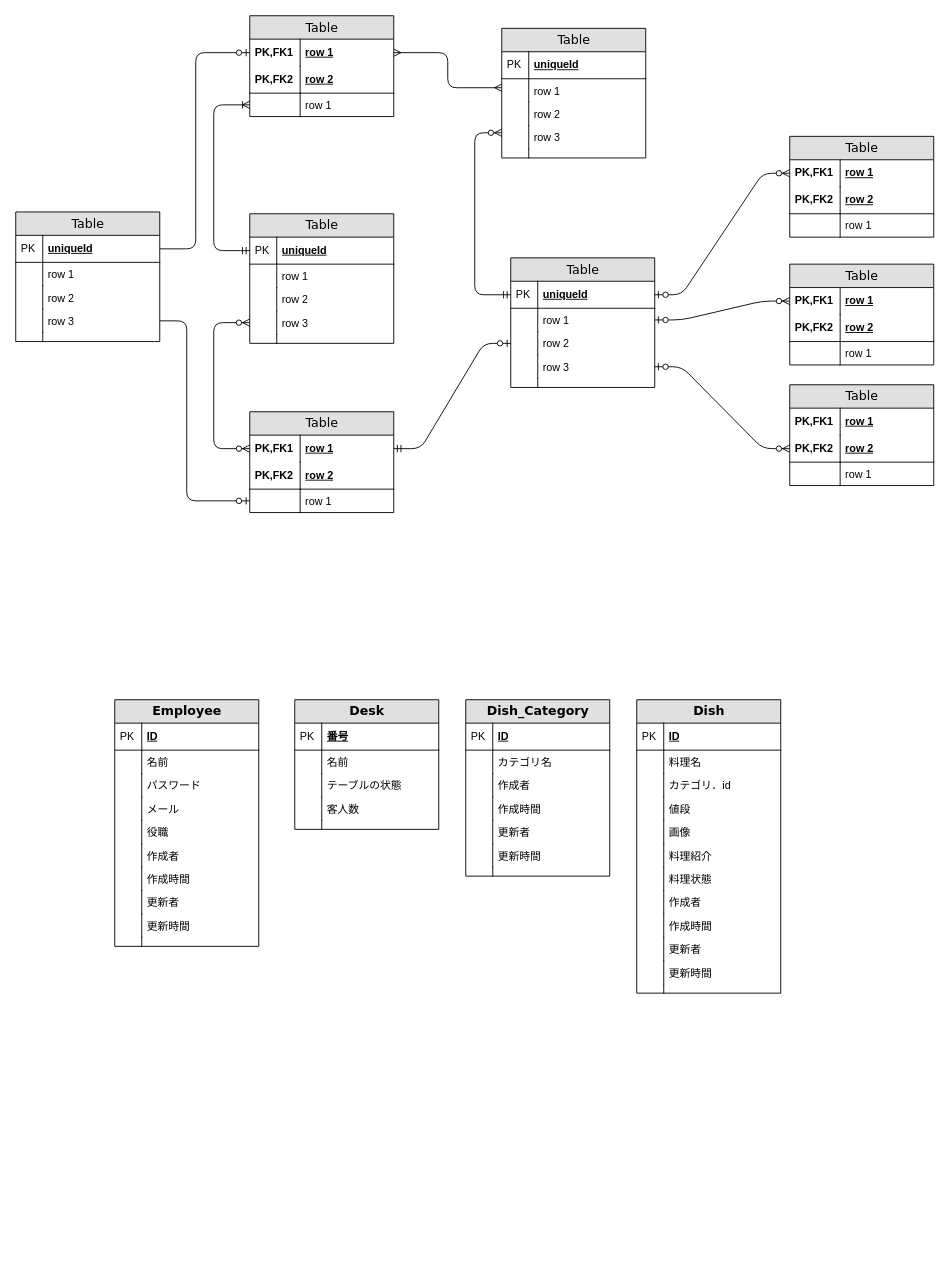
This is 就職作品/データベース設計.drawio from aggujhh/my_draws, a draw.io file, before an edit. Source tidied: cells renumbered, new cells numbered last; positions are measured from the earlier drawing's top-left corner, leaving out a move shared by most shapes. Both pictures are drawn from the tidied source at 90%, with x=0, y=0 at pixel (15, 15).
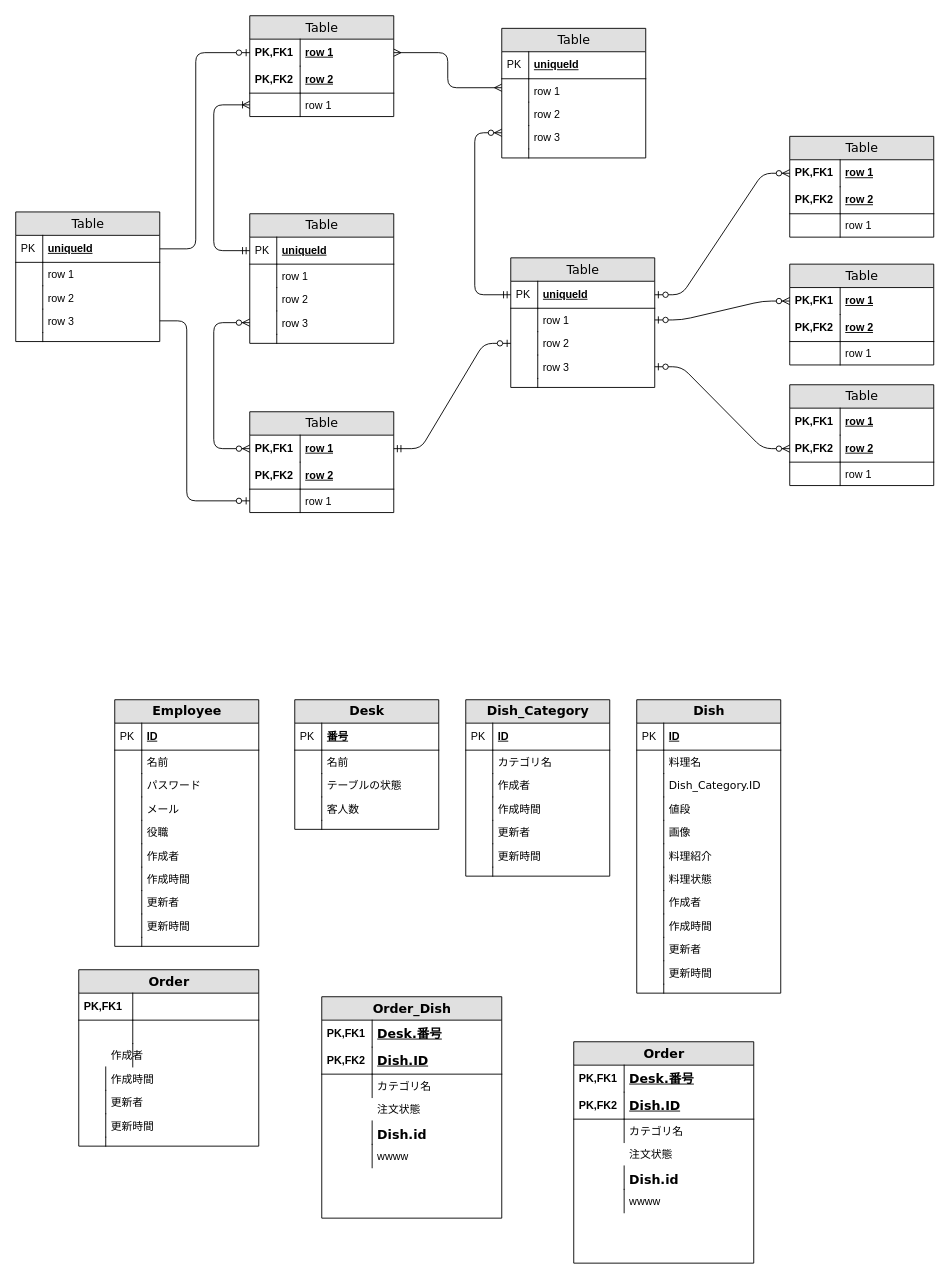
The same page after the edit.

Commit message (it also covers changes not shown here):
更新データベース設計.drawio

Unchanged cells that the change refers to:
```xml
<mxCell id="138" value="&lt;b&gt;Dish&lt;/b&gt;" style="swimlane;html=1;fontStyle=0;horizontal=1;startSize=26;fillColor=#e0e0e0;swimlaneFillColor=#ffffff;align=center;rounded=0;shadow=0;comic=0;labelBackgroundColor=none;strokeWidth=1;fontFamily=Verdana;fontSize=14;" parent="1" vertex="1">
  <mxGeometry x="690" y="760" width="160" height="326" as="geometry" />
</mxCell>
```

The edit, as a diff of the source:
```diff
@@
-    <mxCell id="143" value="カテゴリ．id" style="shape=partialRectangle;top=0;left=0;right=0;bottom=0;html=1;align=left;verticalAlign=top;fillColor=none;spacingLeft=34;spacingRight=4;whiteSpace=wrap;overflow=hidden;" parent="138" vertex="1">
+    <mxCell id="143" value="&lt;span style=&quot;font-family: Verdana; text-align: center; text-wrap-mode: nowrap;&quot;&gt;&lt;font style=&quot;&quot;&gt;Dish_Category.ID&lt;/font&gt;&lt;/span&gt;" style="shape=partialRectangle;top=0;left=0;right=0;bottom=0;html=1;align=left;verticalAlign=top;fillColor=none;spacingLeft=34;spacingRight=4;whiteSpace=wrap;overflow=hidden;" parent="138" vertex="1">
       <mxGeometry y="82" width="160" height="26" as="geometry" />
     </mxCell>
@@
+    <mxCell id="163" value="&lt;b&gt;Order&lt;/b&gt;" style="swimlane;html=1;fontStyle=0;horizontal=1;startSize=26;fillColor=#e0e0e0;swimlaneFillColor=#ffffff;align=center;rounded=0;shadow=0;comic=0;labelBackgroundColor=none;strokeWidth=1;fontFamily=Verdana;fontSize=14;" parent="1" vertex="1">
+      <mxGeometry x="70" y="1060" width="200" height="196" as="geometry" />
+    </mxCell>
+    <mxCell id="164" style="shape=partialRectangle;top=0;left=0;right=0;bottom=1;html=1;align=left;verticalAlign=middle;fillColor=none;spacingLeft=34;spacingRight=4;whiteSpace=wrap;overflow=hidden;fontStyle=5;" parent="163" vertex="1">
+      <mxGeometry y="26" width="200" height="30" as="geometry" />
+    </mxCell>
+    <mxCell id="165" value="&lt;span style=&quot;font-weight: 700;&quot;&gt;PK,FK1&lt;/span&gt;" style="shape=partialRectangle;top=0;left=0;bottom=0;html=1;fillColor=none;align=left;verticalAlign=middle;spacingLeft=4;spacingRight=4;whiteSpace=wrap;overflow=hidden;" parent="164" vertex="1">
+      <mxGeometry width="60" height="30" as="geometry" />
+    </mxCell>
+    <mxCell id="166" style="shape=partialRectangle;top=0;left=0;right=0;bottom=0;html=1;align=left;verticalAlign=top;fillColor=none;spacingLeft=34;spacingRight=4;whiteSpace=wrap;overflow=hidden;" parent="163" vertex="1">
+      <mxGeometry y="56" width="200" height="26" as="geometry" />
+    </mxCell>
+    <mxCell id="167" style="shape=partialRectangle;top=0;left=0;bottom=0;html=1;fillColor=none;align=left;verticalAlign=top;spacingLeft=4;spacingRight=4;whiteSpace=wrap;overflow=hidden;" parent="166" vertex="1">
+      <mxGeometry width="60" height="26" as="geometry" />
+    </mxCell>
+    <mxCell id="168" value="作成者" style="shape=partialRectangle;top=0;left=0;right=0;bottom=0;html=1;align=left;verticalAlign=top;fillColor=none;spacingLeft=34;spacingRight=4;whiteSpace=wrap;overflow=hidden;" parent="163" vertex="1">
+      <mxGeometry y="82" width="200" height="26" as="geometry" />
+    </mxCell>
+    <mxCell id="169" style="shape=partialRectangle;top=0;left=0;bottom=0;html=1;fillColor=none;align=left;verticalAlign=top;spacingLeft=4;spacingRight=4;whiteSpace=wrap;overflow=hidden;" parent="168" vertex="1">
+      <mxGeometry width="60" height="26" as="geometry" />
+    </mxCell>
+    <mxCell id="170" value="作成時間" style="shape=partialRectangle;top=0;left=0;right=0;bottom=0;html=1;align=left;verticalAlign=top;fillColor=none;spacingLeft=34;spacingRight=4;whiteSpace=wrap;overflow=hidden;" parent="163" vertex="1">
+      <mxGeometry y="108" width="200" height="26" as="geometry" />
+    </mxCell>
+    <mxCell id="171" style="shape=partialRectangle;top=0;left=0;bottom=0;html=1;fillColor=none;align=left;verticalAlign=top;spacingLeft=4;spacingRight=4;whiteSpace=wrap;overflow=hidden;" parent="170" vertex="1">
+      <mxGeometry width="30" height="26" as="geometry" />
+    </mxCell>
+    <mxCell id="172" value="更新者" style="shape=partialRectangle;top=0;left=0;right=0;bottom=0;html=1;align=left;verticalAlign=top;fillColor=none;spacingLeft=34;spacingRight=4;whiteSpace=wrap;overflow=hidden;" parent="163" vertex="1">
+      <mxGeometry y="134" width="200" height="26" as="geometry" />
+    </mxCell>
+    <mxCell id="173" style="shape=partialRectangle;top=0;left=0;bottom=0;html=1;fillColor=none;align=left;verticalAlign=top;spacingLeft=4;spacingRight=4;whiteSpace=wrap;overflow=hidden;" parent="172" vertex="1">
+      <mxGeometry width="30" height="26" as="geometry" />
+    </mxCell>
+    <mxCell id="174" value="更新時間" style="shape=partialRectangle;top=0;left=0;right=0;bottom=0;html=1;align=left;verticalAlign=top;fillColor=none;spacingLeft=34;spacingRight=4;whiteSpace=wrap;overflow=hidden;" parent="163" vertex="1">
+      <mxGeometry y="160" width="200" height="26" as="geometry" />
+    </mxCell>
+    <mxCell id="175" style="shape=partialRectangle;top=0;left=0;bottom=0;html=1;fillColor=none;align=left;verticalAlign=top;spacingLeft=4;spacingRight=4;whiteSpace=wrap;overflow=hidden;" parent="174" vertex="1">
+      <mxGeometry width="30" height="26" as="geometry" />
+    </mxCell>
+    <mxCell id="176" style="shape=partialRectangle;top=0;left=0;right=0;bottom=0;html=1;align=left;verticalAlign=top;fillColor=none;spacingLeft=34;spacingRight=4;whiteSpace=wrap;overflow=hidden;" parent="163" vertex="1">
+      <mxGeometry y="186" width="200" height="10" as="geometry" />
+    </mxCell>
+    <mxCell id="177" style="shape=partialRectangle;top=0;left=0;bottom=0;html=1;fillColor=none;align=left;verticalAlign=top;spacingLeft=4;spacingRight=4;whiteSpace=wrap;overflow=hidden;" parent="176" vertex="1">
+      <mxGeometry width="30" height="10" as="geometry" />
+    </mxCell>
+    <mxCell id="178" value="&lt;b&gt;Order_Dish&lt;/b&gt;" style="swimlane;html=1;fontStyle=0;horizontal=1;startSize=26;fillColor=#e0e0e0;swimlaneFillColor=#ffffff;align=center;rounded=0;shadow=0;comic=0;labelBackgroundColor=none;strokeWidth=1;fontFamily=Verdana;fontSize=14;" parent="1" vertex="1">
+      <mxGeometry x="340" y="1090" width="200" height="246" as="geometry" />
+    </mxCell>
+    <mxCell id="179" value="&lt;b style=&quot;text-wrap-mode: nowrap; font-family: Verdana; font-size: 14px; text-align: center;&quot;&gt;Desk.番号&lt;/b&gt;" style="shape=partialRectangle;top=0;left=0;right=0;bottom=1;html=1;align=left;verticalAlign=middle;fillColor=none;spacingLeft=60;spacingRight=4;whiteSpace=wrap;overflow=hidden;fontStyle=5;strokeColor=none;" parent="178" vertex="1">
+      <mxGeometry y="26" width="200" height="30" as="geometry" />
+    </mxCell>
+    <mxCell id="180" value="PK,FK1" style="shape=partialRectangle;fontStyle=1;top=0;left=0;bottom=0;html=1;fillColor=none;align=left;verticalAlign=middle;spacingLeft=4;spacingRight=4;whiteSpace=wrap;overflow=hidden;" parent="179" vertex="1">
+      <mxGeometry width="56" height="30" as="geometry" />
+    </mxCell>
+    <mxCell id="181" value="&lt;b style=&quot;text-wrap-mode: nowrap; font-family: Verdana; font-size: 14px; text-align: center;&quot;&gt;Dish.ID&lt;/b&gt;" style="shape=partialRectangle;top=0;left=0;right=0;bottom=1;html=1;align=left;verticalAlign=middle;fillColor=none;spacingLeft=60;spacingRight=4;whiteSpace=wrap;overflow=hidden;fontStyle=5;strokeColor=default;" parent="178" vertex="1">
+      <mxGeometry y="56" width="200" height="30" as="geometry" />
+    </mxCell>
+    <mxCell id="182" value="PK,FK2" style="shape=partialRectangle;fontStyle=1;top=0;left=0;bottom=0;html=1;fillColor=none;align=left;verticalAlign=middle;spacingLeft=4;spacingRight=4;whiteSpace=wrap;overflow=hidden;" parent="181" vertex="1">
+      <mxGeometry width="56" height="30" as="geometry" />
+    </mxCell>
+    <mxCell id="183" value="カテゴリ名" style="shape=partialRectangle;top=0;left=0;right=0;bottom=0;html=1;align=left;verticalAlign=top;fillColor=none;spacingLeft=60;spacingRight=4;whiteSpace=wrap;overflow=hidden;" parent="178" vertex="1">
+      <mxGeometry y="86" width="200" height="26" as="geometry" />
+    </mxCell>
+    <mxCell id="184" style="shape=partialRectangle;top=0;left=0;bottom=0;html=1;fillColor=none;align=left;verticalAlign=top;spacingLeft=4;spacingRight=4;whiteSpace=wrap;overflow=hidden;" parent="183" vertex="1">
+      <mxGeometry width="56" height="26" as="geometry" />
+    </mxCell>
+    <mxCell id="185" value="注文状態" style="shape=partialRectangle;top=0;left=0;right=0;bottom=0;html=1;align=left;verticalAlign=top;fillColor=none;spacingLeft=60;spacingRight=4;whiteSpace=wrap;overflow=hidden;" parent="178" vertex="1">
+      <mxGeometry y="112" width="200" height="26" as="geometry" />
+    </mxCell>
+    <mxCell id="186" value="&lt;b style=&quot;font-family: Verdana; font-size: 14px; text-align: center; text-wrap-mode: nowrap;&quot;&gt;Dish.id&lt;/b&gt;" style="shape=partialRectangle;top=0;left=0;right=0;bottom=0;html=1;align=left;verticalAlign=top;fillColor=none;spacingLeft=60;spacingRight=4;whiteSpace=wrap;overflow=hidden;" parent="178" vertex="1">
+      <mxGeometry y="138" width="200" height="26" as="geometry" />
+    </mxCell>
+    <mxCell id="187" style="shape=partialRectangle;top=0;left=0;bottom=0;html=1;fillColor=none;align=left;verticalAlign=top;spacingLeft=4;spacingRight=4;whiteSpace=wrap;overflow=hidden;" parent="186" vertex="1">
+      <mxGeometry width="56" height="26" as="geometry" />
+    </mxCell>
+    <mxCell id="188" value="wwww" style="shape=partialRectangle;top=0;left=0;right=0;bottom=0;html=1;align=left;verticalAlign=top;fillColor=none;spacingLeft=60;spacingRight=4;whiteSpace=wrap;overflow=hidden;" parent="178" vertex="1">
+      <mxGeometry y="164" width="200" height="26" as="geometry" />
+    </mxCell>
+    <mxCell id="189" style="shape=partialRectangle;top=0;left=0;bottom=0;html=1;fillColor=none;align=left;verticalAlign=top;spacingLeft=4;spacingRight=4;whiteSpace=wrap;overflow=hidden;" parent="188" vertex="1">
+      <mxGeometry width="56" height="26" as="geometry" />
+    </mxCell>
+    <mxCell id="190" style="shape=partialRectangle;top=0;left=0;right=0;bottom=0;html=1;align=left;verticalAlign=top;fillColor=none;spacingLeft=60;spacingRight=4;whiteSpace=wrap;overflow=hidden;" parent="178" vertex="1">
+      <mxGeometry y="190" width="200" height="26" as="geometry" />
+    </mxCell>
+    <mxCell id="191" value="&lt;b&gt;Order&lt;/b&gt;" style="swimlane;html=1;fontStyle=0;horizontal=1;startSize=26;fillColor=#e0e0e0;swimlaneFillColor=#ffffff;align=center;rounded=0;shadow=0;comic=0;labelBackgroundColor=none;strokeWidth=1;fontFamily=Verdana;fontSize=14;" parent="1" vertex="1">
+      <mxGeometry x="620" y="1140" width="200" height="246" as="geometry" />
+    </mxCell>
+    <mxCell id="192" value="&lt;b style=&quot;text-wrap-mode: nowrap; font-family: Verdana; font-size: 14px; text-align: center;&quot;&gt;Desk.番号&lt;/b&gt;" style="shape=partialRectangle;top=0;left=0;right=0;bottom=1;html=1;align=left;verticalAlign=middle;fillColor=none;spacingLeft=60;spacingRight=4;whiteSpace=wrap;overflow=hidden;fontStyle=5;strokeColor=none;" parent="191" vertex="1">
+      <mxGeometry y="26" width="200" height="30" as="geometry" />
+    </mxCell>
+    <mxCell id="193" value="PK,FK1" style="shape=partialRectangle;fontStyle=1;top=0;left=0;bottom=0;html=1;fillColor=none;align=left;verticalAlign=middle;spacingLeft=4;spacingRight=4;whiteSpace=wrap;overflow=hidden;" parent="192" vertex="1">
+      <mxGeometry width="56" height="30" as="geometry" />
+    </mxCell>
+    <mxCell id="194" value="&lt;b style=&quot;text-wrap-mode: nowrap; font-family: Verdana; font-size: 14px; text-align: center;&quot;&gt;Dish.ID&lt;/b&gt;" style="shape=partialRectangle;top=0;left=0;right=0;bottom=1;html=1;align=left;verticalAlign=middle;fillColor=none;spacingLeft=60;spacingRight=4;whiteSpace=wrap;overflow=hidden;fontStyle=5;strokeColor=default;" parent="191" vertex="1">
+      <mxGeometry y="56" width="200" height="30" as="geometry" />
+    </mxCell>
+    <mxCell id="195" value="PK,FK2" style="shape=partialRectangle;fontStyle=1;top=0;left=0;bottom=0;html=1;fillColor=none;align=left;verticalAlign=middle;spacingLeft=4;spacingRight=4;whiteSpace=wrap;overflow=hidden;" parent="194" vertex="1">
+      <mxGeometry width="56" height="30" as="geometry" />
+    </mxCell>
+    <mxCell id="196" value="カテゴリ名" style="shape=partialRectangle;top=0;left=0;right=0;bottom=0;html=1;align=left;verticalAlign=top;fillColor=none;spacingLeft=60;spacingRight=4;whiteSpace=wrap;overflow=hidden;" parent="191" vertex="1">
+      <mxGeometry y="86" width="200" height="26" as="geometry" />
+    </mxCell>
+    <mxCell id="197" style="shape=partialRectangle;top=0;left=0;bottom=0;html=1;fillColor=none;align=left;verticalAlign=top;spacingLeft=4;spacingRight=4;whiteSpace=wrap;overflow=hidden;" parent="196" vertex="1">
+      <mxGeometry width="56" height="26" as="geometry" />
+    </mxCell>
+    <mxCell id="198" value="注文状態" style="shape=partialRectangle;top=0;left=0;right=0;bottom=0;html=1;align=left;verticalAlign=top;fillColor=none;spacingLeft=60;spacingRight=4;whiteSpace=wrap;overflow=hidden;" parent="191" vertex="1">
+      <mxGeometry y="112" width="200" height="26" as="geometry" />
+    </mxCell>
+    <mxCell id="199" value="&lt;b style=&quot;font-family: Verdana; font-size: 14px; text-align: center; text-wrap-mode: nowrap;&quot;&gt;Dish.id&lt;/b&gt;" style="shape=partialRectangle;top=0;left=0;right=0;bottom=0;html=1;align=left;verticalAlign=top;fillColor=none;spacingLeft=60;spacingRight=4;whiteSpace=wrap;overflow=hidden;" parent="191" vertex="1">
+      <mxGeometry y="138" width="200" height="26" as="geometry" />
+    </mxCell>
+    <mxCell id="200" style="shape=partialRectangle;top=0;left=0;bottom=0;html=1;fillColor=none;align=left;verticalAlign=top;spacingLeft=4;spacingRight=4;whiteSpace=wrap;overflow=hidden;" parent="199" vertex="1">
+      <mxGeometry width="56" height="26" as="geometry" />
+    </mxCell>
+    <mxCell id="201" value="wwww" style="shape=partialRectangle;top=0;left=0;right=0;bottom=0;html=1;align=left;verticalAlign=top;fillColor=none;spacingLeft=60;spacingRight=4;whiteSpace=wrap;overflow=hidden;" parent="191" vertex="1">
+      <mxGeometry y="164" width="200" height="26" as="geometry" />
+    </mxCell>
+    <mxCell id="202" style="shape=partialRectangle;top=0;left=0;bottom=0;html=1;fillColor=none;align=left;verticalAlign=top;spacingLeft=4;spacingRight=4;whiteSpace=wrap;overflow=hidden;" parent="201" vertex="1">
+      <mxGeometry width="56" height="26" as="geometry" />
+    </mxCell>
+    <mxCell id="203" style="shape=partialRectangle;top=0;left=0;right=0;bottom=0;html=1;align=left;verticalAlign=top;fillColor=none;spacingLeft=60;spacingRight=4;whiteSpace=wrap;overflow=hidden;" parent="191" vertex="1">
+      <mxGeometry y="190" width="200" height="26" as="geometry" />
+    </mxCell>
```
